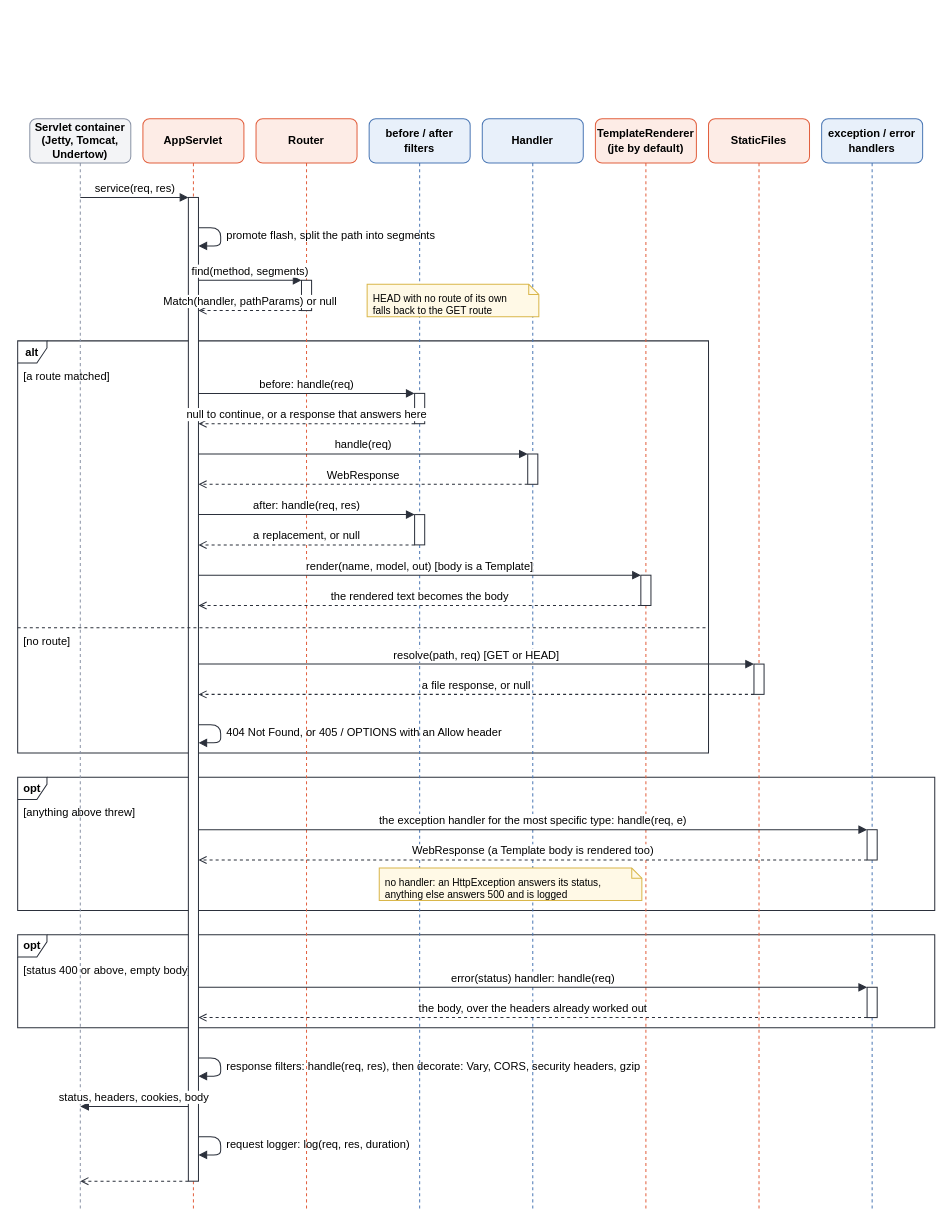
benelog/spider-silk keeps this draw.io diagram as manual/diagrams/request-pipeline.drawio. Above is the earlier version. Source tidied: cells renumbered, new cells numbered last; positions are measured from the earlier drawing's top-left corner, leaving out a move shared by most shapes. Both pictures are drawn from the tidied source at 101%, with x=0, y=0 at pixel (17, 118).
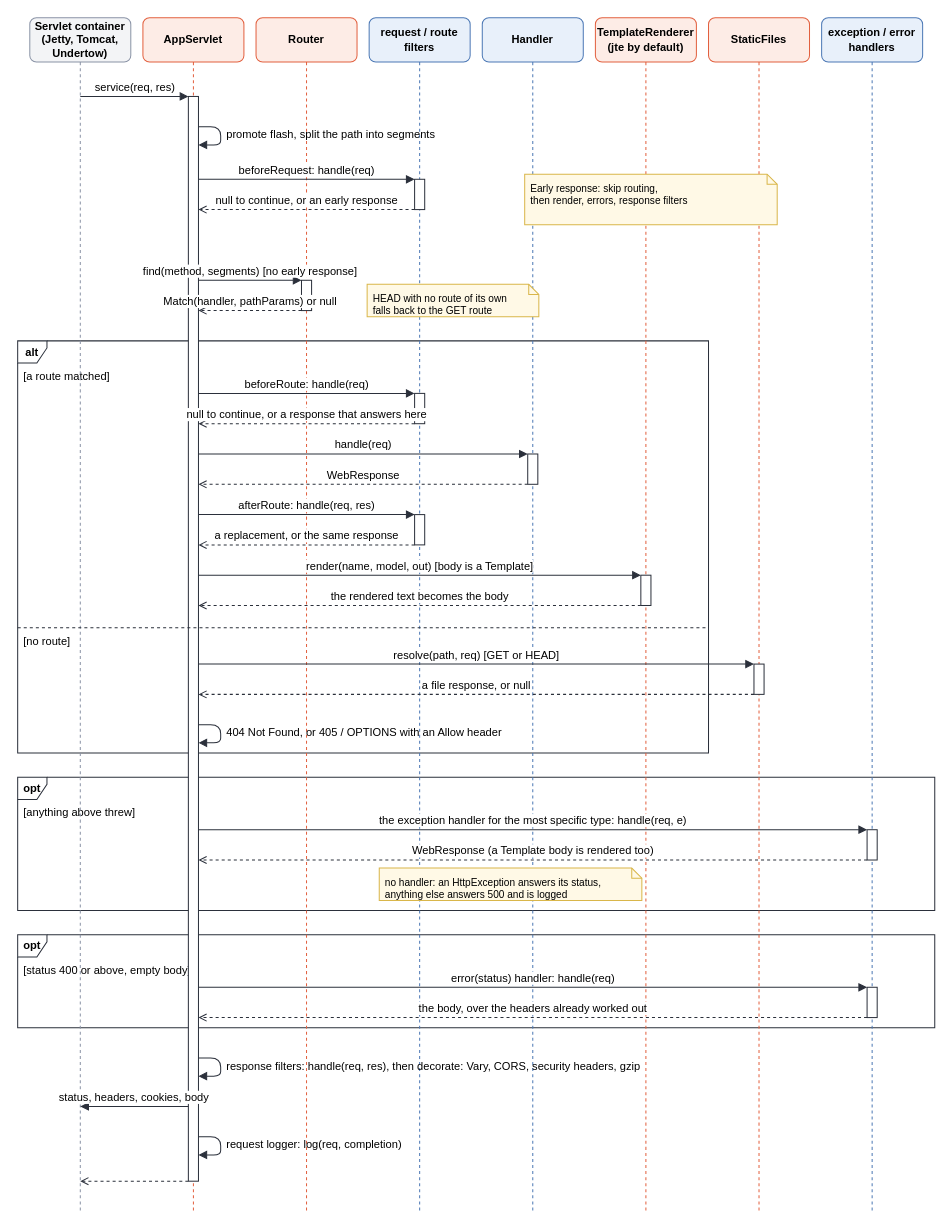
Above is the later version.

What changed in the source:
```diff
@@
     <mxCell id="8" value="Servlet container&lt;br&gt;(Jetty, Tomcat, Undertow)" style="shape=umlLifeline;perimeter=lifelinePerimeter;whiteSpace=wrap;html=1;size=44;rounded=1;fontSize=11;fontStyle=1;fontFamily=Helvetica;fillColor=#f3f4f6;strokeColor=#8a93a6;" parent="1" vertex="1">
-      <mxGeometry x="12" width="100" height="1082" as="geometry" />
+      <mxGeometry x="12" y="-100" width="100" height="1182" as="geometry" />
     </mxCell>
     <mxCell id="9" value="AppServlet" style="shape=umlLifeline;perimeter=lifelinePerimeter;whiteSpace=wrap;html=1;size=44;rounded=1;fontSize=11;fontStyle=1;fontFamily=Helvetica;fillColor=#fdece6;strokeColor=#e2603f;" parent="1" vertex="1">
-      <mxGeometry x="124" width="100" height="1082" as="geometry" />
+      <mxGeometry x="124" y="-100" width="100" height="1182" as="geometry" />
     </mxCell>
     <mxCell id="10" value="Router" style="shape=umlLifeline;perimeter=lifelinePerimeter;whiteSpace=wrap;html=1;size=44;rounded=1;fontSize=11;fontStyle=1;fontFamily=Helvetica;fillColor=#fdece6;strokeColor=#e2603f;" parent="1" vertex="1">
-      <mxGeometry x="236" width="100" height="1082" as="geometry" />
+      <mxGeometry x="236" y="-100" width="100" height="1182" as="geometry" />
     </mxCell>
-    <mxCell id="11" value="before / after&lt;br&gt;filters" style="shape=umlLifeline;perimeter=lifelinePerimeter;whiteSpace=wrap;html=1;size=44;rounded=1;fontSize=11;fontStyle=1;fontFamily=Helvetica;fillColor=#e8f0fa;strokeColor=#4c78b5;" parent="1" vertex="1">
-      <mxGeometry x="348" width="100" height="1082" as="geometry" />
+    <mxCell id="11" value="request / route&lt;br&gt;filters" style="shape=umlLifeline;perimeter=lifelinePerimeter;whiteSpace=wrap;html=1;size=44;rounded=1;fontSize=11;fontStyle=1;fontFamily=Helvetica;fillColor=#e8f0fa;strokeColor=#4c78b5;" parent="1" vertex="1">
+      <mxGeometry x="348" y="-100" width="100" height="1182" as="geometry" />
     </mxCell>
     <mxCell id="12" value="Handler" style="shape=umlLifeline;perimeter=lifelinePerimeter;whiteSpace=wrap;html=1;size=44;rounded=1;fontSize=11;fontStyle=1;fontFamily=Helvetica;fillColor=#e8f0fa;strokeColor=#4c78b5;" parent="1" vertex="1">
-      <mxGeometry x="460" width="100" height="1082" as="geometry" />
+      <mxGeometry x="460" y="-100" width="100" height="1182" as="geometry" />
     </mxCell>
     <mxCell id="13" value="TemplateRenderer&lt;br&gt;(jte by default)" style="shape=umlLifeline;perimeter=lifelinePerimeter;whiteSpace=wrap;html=1;size=44;rounded=1;fontSize=11;fontStyle=1;fontFamily=Helvetica;fillColor=#fdece6;strokeColor=#e2603f;" parent="1" vertex="1">
-      <mxGeometry x="572" width="100" height="1082" as="geometry" />
+      <mxGeometry x="572" y="-100" width="100" height="1182" as="geometry" />
     </mxCell>
     <mxCell id="14" value="StaticFiles" style="shape=umlLifeline;perimeter=lifelinePerimeter;whiteSpace=wrap;html=1;size=44;rounded=1;fontSize=11;fontStyle=1;fontFamily=Helvetica;fillColor=#fdece6;strokeColor=#e2603f;" parent="1" vertex="1">
-      <mxGeometry x="684" width="100" height="1082" as="geometry" />
+      <mxGeometry x="684" y="-100" width="100" height="1182" as="geometry" />
     </mxCell>
     <mxCell id="15" value="exception / error&lt;br&gt;handlers" style="shape=umlLifeline;perimeter=lifelinePerimeter;whiteSpace=wrap;html=1;size=44;rounded=1;fontSize=11;fontStyle=1;fontFamily=Helvetica;fillColor=#e8f0fa;strokeColor=#4c78b5;" parent="1" vertex="1">
-      <mxGeometry x="796" width="100" height="1082" as="geometry" />
+      <mxGeometry x="796" y="-100" width="100" height="1182" as="geometry" />
     </mxCell>
     <mxCell id="16" style="html=1;perimeter=orthogonalPerimeter;targetShapes=umlLifeline;fillColor=#ffffff;strokeColor=#2b303b;" parent="10" vertex="1">
-      <mxGeometry x="45" y="160" width="10" height="30" as="geometry" />
+      <mxGeometry x="45" y="260" width="10" height="30" as="geometry" />
     </mxCell>
     <mxCell id="17" style="html=1;perimeter=orthogonalPerimeter;targetShapes=umlLifeline;fillColor=#ffffff;strokeColor=#2b303b;" parent="11" vertex="1">
-      <mxGeometry x="45" y="272" width="10" height="30" as="geometry" />
+      <mxGeometry x="45" y="372" width="10" height="30" as="geometry" />
     </mxCell>
     <mxCell id="18" style="html=1;perimeter=orthogonalPerimeter;targetShapes=umlLifeline;fillColor=#ffffff;strokeColor=#2b303b;" parent="12" vertex="1">
-      <mxGeometry x="45" y="332" width="10" height="30" as="geometry" />
+      <mxGeometry x="45" y="432" width="10" height="30" as="geometry" />
     </mxCell>
     <mxCell id="19" style="html=1;perimeter=orthogonalPerimeter;targetShapes=umlLifeline;fillColor=#ffffff;strokeColor=#2b303b;" parent="11" vertex="1">
-      <mxGeometry x="45" y="392" width="10" height="30" as="geometry" />
+      <mxGeometry x="45" y="492" width="10" height="30" as="geometry" />
     </mxCell>
     <mxCell id="20" style="html=1;perimeter=orthogonalPerimeter;targetShapes=umlLifeline;fillColor=#ffffff;strokeColor=#2b303b;" parent="13" vertex="1">
-      <mxGeometry x="45" y="452" width="10" height="30" as="geometry" />
+      <mxGeometry x="45" y="552" width="10" height="30" as="geometry" />
     </mxCell>
     <mxCell id="21" style="html=1;perimeter=orthogonalPerimeter;targetShapes=umlLifeline;fillColor=#ffffff;strokeColor=#2b303b;" parent="14" vertex="1">
-      <mxGeometry x="45" y="540" width="10" height="30" as="geometry" />
+      <mxGeometry x="45" y="640" width="10" height="30" as="geometry" />
     </mxCell>
     <mxCell id="22" style="html=1;perimeter=orthogonalPerimeter;targetShapes=umlLifeline;fillColor=#ffffff;strokeColor=#2b303b;" parent="15" vertex="1">
-      <mxGeometry x="45" y="704" width="10" height="30" as="geometry" />
+      <mxGeometry x="45" y="804" width="10" height="30" as="geometry" />
     </mxCell>
     <mxCell id="23" style="html=1;perimeter=orthogonalPerimeter;targetShapes=umlLifeline;fillColor=#ffffff;strokeColor=#2b303b;" parent="15" vertex="1">
-      <mxGeometry x="45" y="860" width="10" height="30" as="geometry" />
+      <mxGeometry x="45" y="960" width="10" height="30" as="geometry" />
     </mxCell>
     <mxCell id="24" style="html=1;perimeter=orthogonalPerimeter;targetShapes=umlLifeline;fillColor=#ffffff;strokeColor=#2b303b;" parent="9" vertex="1">
-      <mxGeometry x="45" y="78" width="10" height="974" as="geometry" />
+      <mxGeometry x="45" y="78" width="10" height="1074" as="geometry" />
     </mxCell>
     <mxCell id="25" value="service(req, res)" style="html=1;verticalAlign=bottom;endArrow=block;endFill=1;strokeColor=#2b303b;fontSize=11;fontFamily=Helvetica;" parent="1" edge="1">
       <mxGeometry relative="1" as="geometry">
-        <mxPoint x="62" y="78" as="sourcePoint" />
-        <mxPoint x="169" y="78" as="targetPoint" />
+        <mxPoint x="62" y="-22" as="sourcePoint" />
+        <mxPoint x="169" y="-22" as="targetPoint" />
       </mxGeometry>
     </mxCell>
     <mxCell id="26" style="html=1;verticalAlign=bottom;endArrow=block;endFill=1;strokeColor=#2b303b;fontSize=11;fontFamily=Helvetica;" parent="1" edge="1">
       <mxGeometry relative="1" as="geometry">
-        <mxPoint x="179" y="108" as="sourcePoint" />
-        <mxPoint x="179" y="126" as="targetPoint" />
+        <mxPoint x="179" y="8" as="sourcePoint" />
+        <mxPoint x="179" y="26" as="targetPoint" />
         <Array as="points">
-          <mxPoint x="201" y="108" />
-          <mxPoint x="201" y="126" />
+          <mxPoint x="201" y="8" />
+          <mxPoint x="201" y="26" />
         </Array>
       </mxGeometry>
     </mxCell>
     <mxCell id="27" value="promote flash, split the path into segments" style="text;html=1;strokeColor=none;fillColor=none;fontSize=11;fontFamily=Helvetica;align=left;verticalAlign=middle;" parent="1" vertex="1">
-      <mxGeometry x="205" y="107" width="260" height="18" as="geometry" />
+      <mxGeometry x="205" y="7" width="260" height="18" as="geometry" />
     </mxCell>
-    <mxCell id="28" value="find(method, segments)" style="html=1;verticalAlign=bottom;endArrow=block;endFill=1;strokeColor=#2b303b;fontSize=11;fontFamily=Helvetica;" parent="1" edge="1">
+    <mxCell id="28" value="find(method, segments) [no early response]" style="html=1;verticalAlign=bottom;endArrow=block;endFill=1;strokeColor=#2b303b;fontSize=11;fontFamily=Helvetica;" parent="1" edge="1">
       <mxGeometry relative="1" as="geometry">
         <mxPoint x="179" y="160" as="sourcePoint" />
         <mxPoint x="281" y="160" as="targetPoint" />
       </mxGeometry>
     </mxCell>
@@
-    <mxCell id="31" value="before: handle(req)" style="html=1;verticalAlign=bottom;endArrow=block;endFill=1;strokeColor=#2b303b;fontSize=11;fontFamily=Helvetica;" parent="1" edge="1">
+    <mxCell id="31" value="beforeRoute: handle(req)" style="html=1;verticalAlign=bottom;endArrow=block;endFill=1;strokeColor=#2b303b;fontSize=11;fontFamily=Helvetica;" parent="1" edge="1">
       <mxGeometry relative="1" as="geometry">
         <mxPoint x="179" y="272" as="sourcePoint" />
         <mxPoint x="393" y="272" as="targetPoint" />
       </mxGeometry>
     </mxCell>
@@
-    <mxCell id="35" value="after: handle(req, res)" style="html=1;verticalAlign=bottom;endArrow=block;endFill=1;strokeColor=#2b303b;fontSize=11;fontFamily=Helvetica;" parent="1" edge="1">
+    <mxCell id="35" value="afterRoute: handle(req, res)" style="html=1;verticalAlign=bottom;endArrow=block;endFill=1;strokeColor=#2b303b;fontSize=11;fontFamily=Helvetica;" parent="1" edge="1">
       <mxGeometry relative="1" as="geometry">
         <mxPoint x="179" y="392" as="sourcePoint" />
         <mxPoint x="393" y="392" as="targetPoint" />
       </mxGeometry>
     </mxCell>
-    <mxCell id="36" value="a replacement, or null" style="html=1;verticalAlign=bottom;endArrow=open;endFill=0;dashed=1;strokeColor=#2b303b;fontSize=11;fontFamily=Helvetica;" parent="1" edge="1">
+    <mxCell id="36" value="a replacement, or the same response" style="html=1;verticalAlign=bottom;endArrow=open;endFill=0;dashed=1;strokeColor=#2b303b;fontSize=11;fontFamily=Helvetica;" parent="1" edge="1">
       <mxGeometry relative="1" as="geometry">
         <mxPoint x="393" y="422" as="sourcePoint" />
         <mxPoint x="179" y="422" as="targetPoint" />
       </mxGeometry>
     </mxCell>
@@
-    <mxCell id="54" value="request logger: log(req, res, duration)" style="text;html=1;strokeColor=none;fillColor=none;fontSize=11;fontFamily=Helvetica;align=left;verticalAlign=middle;" parent="1" vertex="1">
+    <mxCell id="54" value="request logger: log(req, completion)" style="text;html=1;strokeColor=none;fillColor=none;fontSize=11;fontFamily=Helvetica;align=left;verticalAlign=middle;" parent="1" vertex="1">
       <mxGeometry x="205" y="1007" width="260" height="18" as="geometry" />
     </mxCell>
@@
+    <mxCell id="56" value="beforeRequest: handle(req)" style="html=1;verticalAlign=bottom;endArrow=block;endFill=1;strokeColor=#2b303b;fontSize=11;fontFamily=Helvetica;" parent="1" edge="1">
+      <mxGeometry relative="1" as="geometry">
+        <mxPoint x="179" y="60" as="sourcePoint" />
+        <mxPoint x="393" y="60" as="targetPoint" />
+      </mxGeometry>
+    </mxCell>
+    <mxCell id="57" value="null to continue, or an early response" style="html=1;verticalAlign=bottom;endArrow=open;endFill=0;dashed=1;strokeColor=#2b303b;fontSize=11;fontFamily=Helvetica;" parent="1" edge="1">
+      <mxGeometry relative="1" as="geometry">
+        <mxPoint x="393" y="90" as="sourcePoint" />
+        <mxPoint x="179" y="90" as="targetPoint" />
+      </mxGeometry>
+    </mxCell>
+    <mxCell id="58" value="Early response: skip routing,&lt;br&gt;then render, errors, response filters" style="shape=note;whiteSpace=wrap;html=1;size=10;fillColor=#fff9e6;strokeColor=#d9b64a;fontSize=10;align=left;verticalAlign=top;spacingLeft=4;spacingTop=2;fontFamily=Helvetica;" parent="1" vertex="1">
+      <mxGeometry x="502" y="55" width="250" height="50" as="geometry" />
+    </mxCell>
+    <mxCell id="59" style="html=1;perimeter=orthogonalPerimeter;targetShapes=umlLifeline;fillColor=#ffffff;strokeColor=#2b303b;" parent="11" vertex="1">
+      <mxGeometry x="45" y="160" width="10" height="30" as="geometry" />
+    </mxCell>
```
